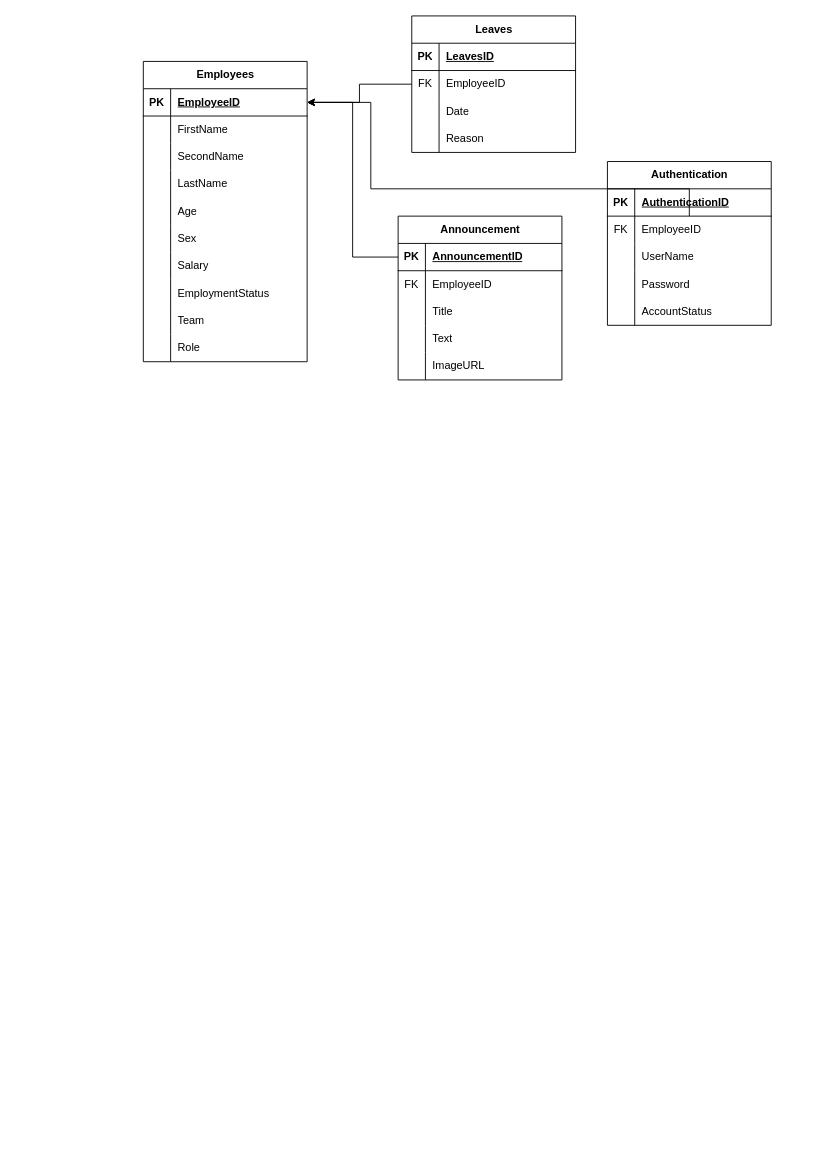
Before: Untitled Diagram.drawio in Ermiopia2034/MicroLink, a draw.io diagram. Source tidied: cells renumbered, new cells numbered last; positions are measured from the earlier drawing's top-left corner, leaving out a move shared by most shapes. Both pictures are drawn from the tidied source at 91%, with x=0, y=0 at pixel (143, 15).
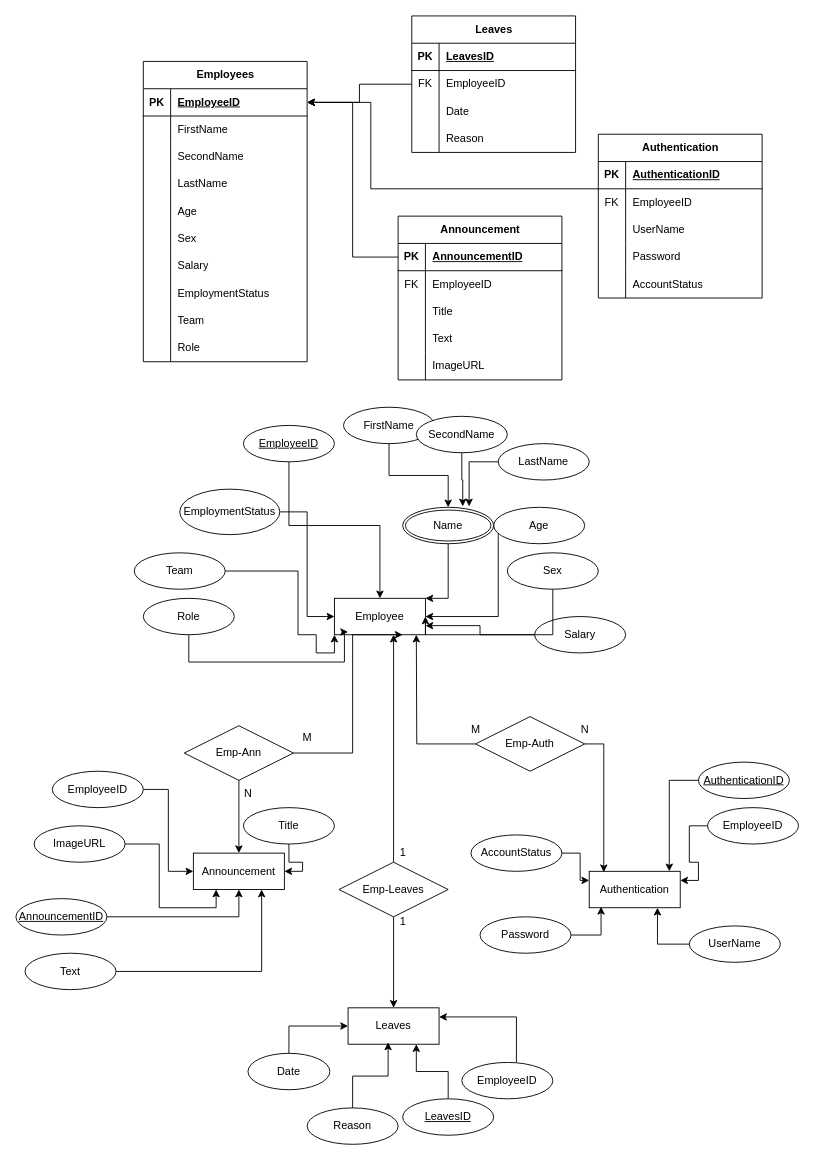
After the change.

Diff of the diagram source:
```diff
@@
     <mxCell id="47" value="Authentication" style="shape=table;startSize=30;childLayout=tableLayout;rowLines=0;fontStyle=1;align=center;html=1;" parent="1" vertex="1">
-      <mxGeometry x="510" y="160" width="180" height="180" as="geometry" />
+      <mxGeometry x="500" y="130" width="180" height="180" as="geometry" />
     </mxCell>
@@
+    <mxCell id="81" value="Employee" style="whiteSpace=wrap;html=1;align=center;" parent="1" vertex="1">
+      <mxGeometry x="210" y="640" width="100" height="40" as="geometry" />
+    </mxCell>
+    <mxCell id="82" value="Leaves" style="whiteSpace=wrap;html=1;align=center;" parent="1" vertex="1">
+      <mxGeometry x="225" y="1090" width="100" height="40" as="geometry" />
+    </mxCell>
+    <mxCell id="83" value="Authentication" style="whiteSpace=wrap;html=1;align=center;" parent="1" vertex="1">
+      <mxGeometry x="490" y="940" width="100" height="40" as="geometry" />
+    </mxCell>
+    <mxCell id="84" value="Announcement" style="whiteSpace=wrap;html=1;align=center;" parent="1" vertex="1">
+      <mxGeometry x="55" y="920" width="100" height="40" as="geometry" />
+    </mxCell>
+    <mxCell id="85" style="edgeStyle=orthogonalEdgeStyle;rounded=0;jettySize=auto;html=1;entryX=0;entryY=1;entryDx=0;entryDy=0;" parent="1" edge="1" source="86" target="81">
+      <mxGeometry relative="1" as="geometry">
+        <Array as="points">
+          <mxPoint x="170" y="680" />
+          <mxPoint x="190" y="680" />
+          <mxPoint x="190" y="700" />
+          <mxPoint x="210" y="700" />
+        </Array>
+      </mxGeometry>
+    </mxCell>
+    <mxCell id="86" value="Team" style="ellipse;whiteSpace=wrap;html=1;align=center;" parent="1" vertex="1">
+      <mxGeometry x="-10" y="590" width="100" height="40" as="geometry" />
+    </mxCell>
+    <mxCell id="87" style="edgeStyle=orthogonalEdgeStyle;rounded=0;jettySize=auto;html=1;entryX=0;entryY=0.5;entryDx=0;entryDy=0;" parent="1" edge="1" source="88" target="81">
+      <mxGeometry relative="1" as="geometry" />
+    </mxCell>
+    <mxCell id="88" value="EmploymentStatus" style="ellipse;whiteSpace=wrap;html=1;align=center;" parent="1" vertex="1">
+      <mxGeometry x="40" y="520" width="110" height="50" as="geometry" />
+    </mxCell>
+    <mxCell id="89" style="edgeStyle=orthogonalEdgeStyle;rounded=0;jettySize=auto;html=1;entryX=1;entryY=0.5;entryDx=0;entryDy=0;" parent="1" edge="1" source="90" target="81">
+      <mxGeometry relative="1" as="geometry">
+        <Array as="points">
+          <mxPoint x="390" y="660" />
+        </Array>
+      </mxGeometry>
+    </mxCell>
+    <mxCell id="90" value="Age" style="ellipse;whiteSpace=wrap;html=1;align=center;" parent="1" vertex="1">
+      <mxGeometry x="385" y="540" width="100" height="40" as="geometry" />
+    </mxCell>
+    <mxCell id="91" style="edgeStyle=orthogonalEdgeStyle;rounded=0;jettySize=auto;html=1;entryX=1;entryY=0.75;entryDx=0;entryDy=0;" parent="1" edge="1" source="92" target="81">
+      <mxGeometry relative="1" as="geometry" />
+    </mxCell>
+    <mxCell id="92" value="Salary" style="ellipse;whiteSpace=wrap;html=1;align=center;" parent="1" vertex="1">
+      <mxGeometry x="430" y="660" width="100" height="40" as="geometry" />
+    </mxCell>
+    <mxCell id="93" style="edgeStyle=orthogonalEdgeStyle;rounded=0;jettySize=auto;html=1;entryX=1;entryY=0.5;entryDx=0;entryDy=0;" parent="1" edge="1" source="94" target="81">
+      <mxGeometry relative="1" as="geometry">
+        <Array as="points">
+          <mxPoint x="310" y="680" />
+        </Array>
+      </mxGeometry>
+    </mxCell>
+    <mxCell id="94" value="Sex" style="ellipse;whiteSpace=wrap;html=1;align=center;" parent="1" vertex="1">
+      <mxGeometry x="400" y="590" width="100" height="40" as="geometry" />
+    </mxCell>
+    <mxCell id="95" style="edgeStyle=orthogonalEdgeStyle;rounded=0;jettySize=auto;html=1;entryX=0.15;entryY=0.925;entryDx=0;entryDy=0;entryPerimeter=0;" parent="1" edge="1" source="96" target="81">
+      <mxGeometry relative="1" as="geometry">
+        <Array as="points">
+          <mxPoint x="50" y="710" />
+          <mxPoint x="221" y="710" />
+          <mxPoint x="221" y="677" />
+        </Array>
+      </mxGeometry>
+    </mxCell>
+    <mxCell id="96" value="Role" style="ellipse;whiteSpace=wrap;html=1;align=center;" parent="1" vertex="1">
+      <mxGeometry y="640" width="100" height="40" as="geometry" />
+    </mxCell>
+    <mxCell id="97" style="edgeStyle=orthogonalEdgeStyle;rounded=0;jettySize=auto;html=1;" parent="1" edge="1" source="98" target="81">
+      <mxGeometry relative="1" as="geometry">
+        <Array as="points">
+          <mxPoint x="335" y="640" />
+        </Array>
+      </mxGeometry>
+    </mxCell>
+    <mxCell id="98" value="Name" style="ellipse;shape=doubleEllipse;margin=3;whiteSpace=wrap;html=1;align=center;" parent="1" vertex="1">
+      <mxGeometry x="285" y="540" width="100" height="40" as="geometry" />
+    </mxCell>
+    <mxCell id="99" style="edgeStyle=orthogonalEdgeStyle;rounded=0;jettySize=auto;html=1;" parent="1" edge="1" source="100" target="81">
+      <mxGeometry relative="1" as="geometry">
+        <Array as="points">
+          <mxPoint x="260" y="560" />
+        </Array>
+      </mxGeometry>
+    </mxCell>
+    <mxCell id="100" value="EmployeeID" style="ellipse;whiteSpace=wrap;html=1;align=center;fontStyle=4;" parent="1" vertex="1">
+      <mxGeometry x="110" y="450" width="100" height="40" as="geometry" />
+    </mxCell>
+    <mxCell id="101" style="edgeStyle=orthogonalEdgeStyle;rounded=0;jettySize=auto;html=1;entryX=0.5;entryY=0;entryDx=0;entryDy=0;" parent="1" edge="1" source="102" target="98">
+      <mxGeometry relative="1" as="geometry" />
+    </mxCell>
+    <mxCell id="102" value="FirstName" style="ellipse;whiteSpace=wrap;html=1;align=center;" parent="1" vertex="1">
+      <mxGeometry x="220" y="430" width="100" height="40" as="geometry" />
+    </mxCell>
+    <mxCell id="103" value="SecondName" style="ellipse;whiteSpace=wrap;html=1;align=center;" parent="1" vertex="1">
+      <mxGeometry x="300" y="440" width="100" height="40" as="geometry" />
+    </mxCell>
+    <mxCell id="104" value="LastName" style="ellipse;whiteSpace=wrap;html=1;align=center;" parent="1" vertex="1">
+      <mxGeometry x="390" y="470" width="100" height="40" as="geometry" />
+    </mxCell>
+    <mxCell id="105" style="edgeStyle=orthogonalEdgeStyle;rounded=0;jettySize=auto;html=1;entryX=0.73;entryY=-0.025;entryDx=0;entryDy=0;entryPerimeter=0;" parent="1" edge="1" source="104" target="98">
+      <mxGeometry relative="1" as="geometry" />
+    </mxCell>
+    <mxCell id="106" style="edgeStyle=orthogonalEdgeStyle;rounded=0;jettySize=auto;html=1;entryX=0.5;entryY=1;entryDx=0;entryDy=0;" parent="1" edge="1" source="107" target="84">
+      <mxGeometry relative="1" as="geometry" />
+    </mxCell>
+    <mxCell id="107" value="AnnouncementID" style="ellipse;whiteSpace=wrap;html=1;align=center;fontStyle=4;" parent="1" vertex="1">
+      <mxGeometry x="-140" y="970" width="100" height="40" as="geometry" />
+    </mxCell>
+    <mxCell id="108" style="edgeStyle=orthogonalEdgeStyle;rounded=0;jettySize=auto;html=1;entryX=0.25;entryY=1;entryDx=0;entryDy=0;" parent="1" edge="1" source="109" target="84">
+      <mxGeometry relative="1" as="geometry" />
+    </mxCell>
+    <mxCell id="109" value="ImageURL" style="ellipse;whiteSpace=wrap;html=1;align=center;" parent="1" vertex="1">
+      <mxGeometry x="-120" y="890" width="100" height="40" as="geometry" />
+    </mxCell>
+    <mxCell id="110" style="edgeStyle=orthogonalEdgeStyle;rounded=0;jettySize=auto;html=1;entryX=1;entryY=0.5;entryDx=0;entryDy=0;" parent="1" edge="1" source="111" target="84">
+      <mxGeometry relative="1" as="geometry" />
+    </mxCell>
+    <mxCell id="111" value="Title" style="ellipse;whiteSpace=wrap;html=1;align=center;" parent="1" vertex="1">
+      <mxGeometry x="110" y="870" width="100" height="40" as="geometry" />
+    </mxCell>
+    <mxCell id="112" style="edgeStyle=orthogonalEdgeStyle;rounded=0;jettySize=auto;html=1;entryX=0;entryY=0.5;entryDx=0;entryDy=0;" parent="1" edge="1" source="113" target="84">
+      <mxGeometry relative="1" as="geometry" />
+    </mxCell>
+    <mxCell id="113" value="EmployeeID" style="ellipse;whiteSpace=wrap;html=1;align=center;" parent="1" vertex="1">
+      <mxGeometry x="-100" y="830" width="100" height="40" as="geometry" />
+    </mxCell>
+    <mxCell id="114" style="edgeStyle=orthogonalEdgeStyle;rounded=0;jettySize=auto;html=1;entryX=0.75;entryY=1;entryDx=0;entryDy=0;" parent="1" edge="1" source="115" target="84">
+      <mxGeometry relative="1" as="geometry" />
+    </mxCell>
+    <mxCell id="115" value="Text" style="ellipse;whiteSpace=wrap;html=1;align=center;" parent="1" vertex="1">
+      <mxGeometry x="-130" y="1030" width="100" height="40" as="geometry" />
+    </mxCell>
+    <mxCell id="116" style="edgeStyle=orthogonalEdgeStyle;rounded=0;jettySize=auto;html=1;entryX=0.75;entryY=1;entryDx=0;entryDy=0;" parent="1" edge="1" source="117" target="82">
+      <mxGeometry relative="1" as="geometry" />
+    </mxCell>
+    <mxCell id="117" value="LeavesID" style="ellipse;whiteSpace=wrap;html=1;align=center;fontStyle=4;" parent="1" vertex="1">
+      <mxGeometry x="285" y="1190" width="100" height="40" as="geometry" />
+    </mxCell>
+    <mxCell id="118" value="Reason" style="ellipse;whiteSpace=wrap;html=1;align=center;" parent="1" vertex="1">
+      <mxGeometry x="180" y="1200" width="100" height="40" as="geometry" />
+    </mxCell>
+    <mxCell id="119" style="edgeStyle=orthogonalEdgeStyle;rounded=0;jettySize=auto;html=1;entryX=1;entryY=0.25;entryDx=0;entryDy=0;" parent="1" edge="1" source="120" target="82">
+      <mxGeometry relative="1" as="geometry">
+        <Array as="points">
+          <mxPoint x="410" y="1100" />
+        </Array>
+      </mxGeometry>
+    </mxCell>
+    <mxCell id="120" value="EmployeeID" style="ellipse;whiteSpace=wrap;html=1;align=center;" parent="1" vertex="1">
+      <mxGeometry x="350" y="1150" width="100" height="40" as="geometry" />
+    </mxCell>
+    <mxCell id="121" style="edgeStyle=orthogonalEdgeStyle;rounded=0;jettySize=auto;html=1;entryX=0;entryY=0.5;entryDx=0;entryDy=0;" parent="1" edge="1" source="122" target="82">
+      <mxGeometry relative="1" as="geometry">
+        <Array as="points">
+          <mxPoint x="160" y="1110" />
+        </Array>
+      </mxGeometry>
+    </mxCell>
+    <mxCell id="122" value="Date" style="ellipse;whiteSpace=wrap;html=1;align=center;" parent="1" vertex="1">
+      <mxGeometry x="115" y="1140" width="90" height="40" as="geometry" />
+    </mxCell>
+    <mxCell id="123" style="edgeStyle=orthogonalEdgeStyle;rounded=0;jettySize=auto;html=1;entryX=0.44;entryY=0.95;entryDx=0;entryDy=0;entryPerimeter=0;" parent="1" edge="1" source="118" target="82">
+      <mxGeometry relative="1" as="geometry" />
+    </mxCell>
+    <mxCell id="124" value="AuthenticationID" style="ellipse;whiteSpace=wrap;html=1;align=center;fontStyle=4;" parent="1" vertex="1">
+      <mxGeometry x="610" y="820" width="100" height="40" as="geometry" />
+    </mxCell>
+    <mxCell id="125" style="edgeStyle=orthogonalEdgeStyle;rounded=0;jettySize=auto;html=1;entryX=1;entryY=0.25;entryDx=0;entryDy=0;" parent="1" edge="1" source="126" target="83">
+      <mxGeometry relative="1" as="geometry" />
+    </mxCell>
+    <mxCell id="126" value="EmployeeID" style="ellipse;whiteSpace=wrap;html=1;align=center;" parent="1" vertex="1">
+      <mxGeometry x="620" y="870" width="100" height="40" as="geometry" />
+    </mxCell>
+    <mxCell id="127" style="edgeStyle=orthogonalEdgeStyle;rounded=0;jettySize=auto;html=1;entryX=0.75;entryY=1;entryDx=0;entryDy=0;" parent="1" edge="1" source="128" target="83">
+      <mxGeometry relative="1" as="geometry" />
+    </mxCell>
+    <mxCell id="128" value="UserName" style="ellipse;whiteSpace=wrap;html=1;align=center;" parent="1" vertex="1">
+      <mxGeometry x="600" y="1000" width="100" height="40" as="geometry" />
+    </mxCell>
+    <mxCell id="129" value="Password" style="ellipse;whiteSpace=wrap;html=1;align=center;" parent="1" vertex="1">
+      <mxGeometry x="370" y="990" width="100" height="40" as="geometry" />
+    </mxCell>
+    <mxCell id="130" style="edgeStyle=orthogonalEdgeStyle;rounded=0;jettySize=auto;html=1;entryX=0;entryY=0.25;entryDx=0;entryDy=0;" parent="1" edge="1" source="131" target="83">
+      <mxGeometry relative="1" as="geometry" />
+    </mxCell>
+    <mxCell id="131" value="AccountStatus" style="ellipse;whiteSpace=wrap;html=1;align=center;" parent="1" vertex="1">
+      <mxGeometry x="360" y="900" width="100" height="40" as="geometry" />
+    </mxCell>
+    <mxCell id="132" style="edgeStyle=orthogonalEdgeStyle;rounded=0;jettySize=auto;html=1;entryX=0.13;entryY=0.975;entryDx=0;entryDy=0;entryPerimeter=0;" parent="1" edge="1" source="129" target="83">
+      <mxGeometry relative="1" as="geometry" />
+    </mxCell>
+    <mxCell id="133" style="edgeStyle=orthogonalEdgeStyle;rounded=0;jettySize=auto;html=1;entryX=0.66;entryY=-0.025;entryDx=0;entryDy=0;entryPerimeter=0;" parent="1" edge="1" source="103" target="98">
+      <mxGeometry relative="1" as="geometry" />
+    </mxCell>
+    <mxCell id="134" style="edgeStyle=orthogonalEdgeStyle;rounded=0;jettySize=auto;html=1;entryX=0.75;entryY=1;entryDx=0;entryDy=0;" parent="1" edge="1" source="136" target="81">
+      <mxGeometry relative="1" as="geometry">
+        <Array as="points">
+          <mxPoint x="230" y="810" />
+          <mxPoint x="230" y="680" />
+        </Array>
+      </mxGeometry>
+    </mxCell>
+    <mxCell id="135" style="edgeStyle=orthogonalEdgeStyle;rounded=0;jettySize=auto;html=1;entryX=0.5;entryY=0;entryDx=0;entryDy=0;" parent="1" edge="1" source="136" target="84">
+      <mxGeometry relative="1" as="geometry" />
+    </mxCell>
+    <mxCell id="136" value="Emp-Ann" style="shape=rhombus;perimeter=rhombusPerimeter;whiteSpace=wrap;html=1;align=center;" parent="1" vertex="1">
+      <mxGeometry x="45" y="780" width="120" height="60" as="geometry" />
+    </mxCell>
+    <mxCell id="137" value="M" style="text;html=1;align=center;verticalAlign=middle;strokeColor=none;fillColor=none;" parent="1" vertex="1">
+      <mxGeometry x="165" y="778" width="30" height="30" as="geometry" />
+    </mxCell>
+    <mxCell id="138" value="N" style="text;html=1;align=center;verticalAlign=middle;strokeColor=none;fillColor=none;" parent="1" vertex="1">
+      <mxGeometry x="100" y="840" width="30" height="30" as="geometry" />
+    </mxCell>
+    <mxCell id="139" style="edgeStyle=orthogonalEdgeStyle;rounded=0;jettySize=auto;html=1;" parent="1" edge="1" source="140">
+      <mxGeometry relative="1" as="geometry">
+        <mxPoint x="300" y="680" as="targetPoint" />
+      </mxGeometry>
+    </mxCell>
+    <mxCell id="140" value="Emp-Auth" style="shape=rhombus;perimeter=rhombusPerimeter;whiteSpace=wrap;html=1;align=center;" parent="1" vertex="1">
+      <mxGeometry x="365" y="770" width="120" height="60" as="geometry" />
+    </mxCell>
+    <mxCell id="141" style="edgeStyle=orthogonalEdgeStyle;rounded=0;jettySize=auto;html=1;entryX=0.88;entryY=0;entryDx=0;entryDy=0;entryPerimeter=0;" parent="1" edge="1" source="124" target="83">
+      <mxGeometry relative="1" as="geometry" />
+    </mxCell>
+    <mxCell id="142" style="edgeStyle=orthogonalEdgeStyle;rounded=0;jettySize=auto;html=1;entryX=0.16;entryY=0.025;entryDx=0;entryDy=0;entryPerimeter=0;" parent="1" edge="1" source="140" target="83">
+      <mxGeometry relative="1" as="geometry" />
+    </mxCell>
+    <mxCell id="143" value="M" style="text;html=1;align=center;verticalAlign=middle;strokeColor=none;fillColor=none;" parent="1" vertex="1">
+      <mxGeometry x="350" y="770" width="30" height="30" as="geometry" />
+    </mxCell>
+    <mxCell id="144" value="N" style="text;html=1;align=center;verticalAlign=middle;strokeColor=none;fillColor=none;" parent="1" vertex="1">
+      <mxGeometry x="470" y="770" width="30" height="30" as="geometry" />
+    </mxCell>
+    <mxCell id="145" style="edgeStyle=orthogonalEdgeStyle;rounded=0;jettySize=auto;html=1;" parent="1" edge="1" source="147">
+      <mxGeometry relative="1" as="geometry">
+        <mxPoint x="275" y="680" as="targetPoint" />
+      </mxGeometry>
+    </mxCell>
+    <mxCell id="146" style="edgeStyle=orthogonalEdgeStyle;rounded=0;jettySize=auto;html=1;entryX=0.5;entryY=0;entryDx=0;entryDy=0;" parent="1" edge="1" source="147" target="82">
+      <mxGeometry relative="1" as="geometry" />
+    </mxCell>
+    <mxCell id="147" value="Emp-Leaves" style="shape=rhombus;perimeter=rhombusPerimeter;whiteSpace=wrap;html=1;align=center;" parent="1" vertex="1">
+      <mxGeometry x="215" y="930" width="120" height="60" as="geometry" />
+    </mxCell>
+    <mxCell id="148" value="1" style="text;html=1;align=center;verticalAlign=middle;strokeColor=none;fillColor=none;" parent="1" vertex="1">
+      <mxGeometry x="270" y="905" width="30" height="30" as="geometry" />
+    </mxCell>
+    <mxCell id="149" value="1" style="text;html=1;align=center;verticalAlign=middle;strokeColor=none;fillColor=none;" parent="1" vertex="1">
+      <mxGeometry x="270" y="980" width="30" height="30" as="geometry" />
+    </mxCell>
```
